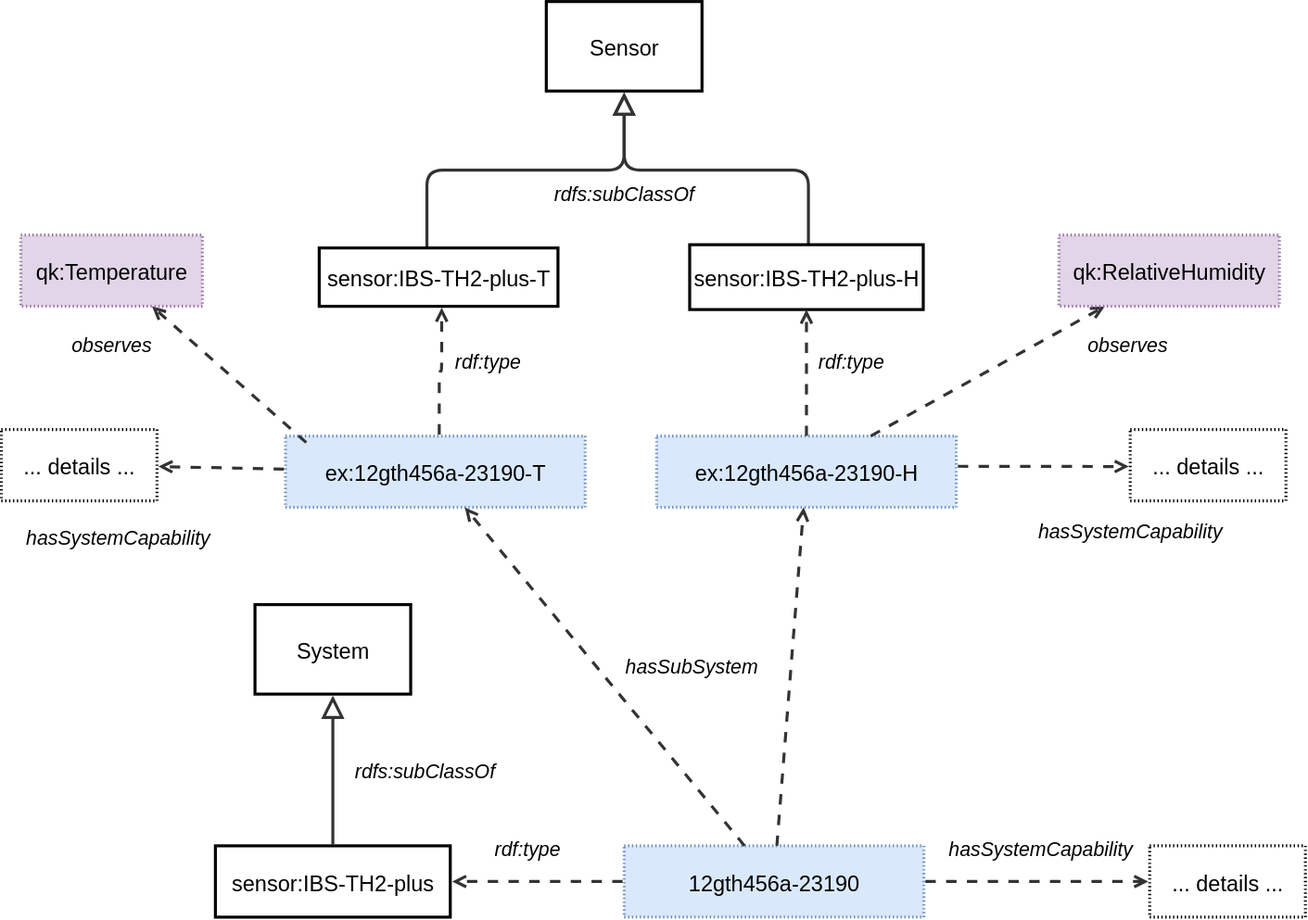
Above: ssn/images/Inkbird-system.svg in w3c/sdw-sosa-ssn (draw.io), before the change. Source tidied: cells renumbered, new cells last; positions are measured from the earlier drawing's top-left corner, leaving out a move shared by most shapes.
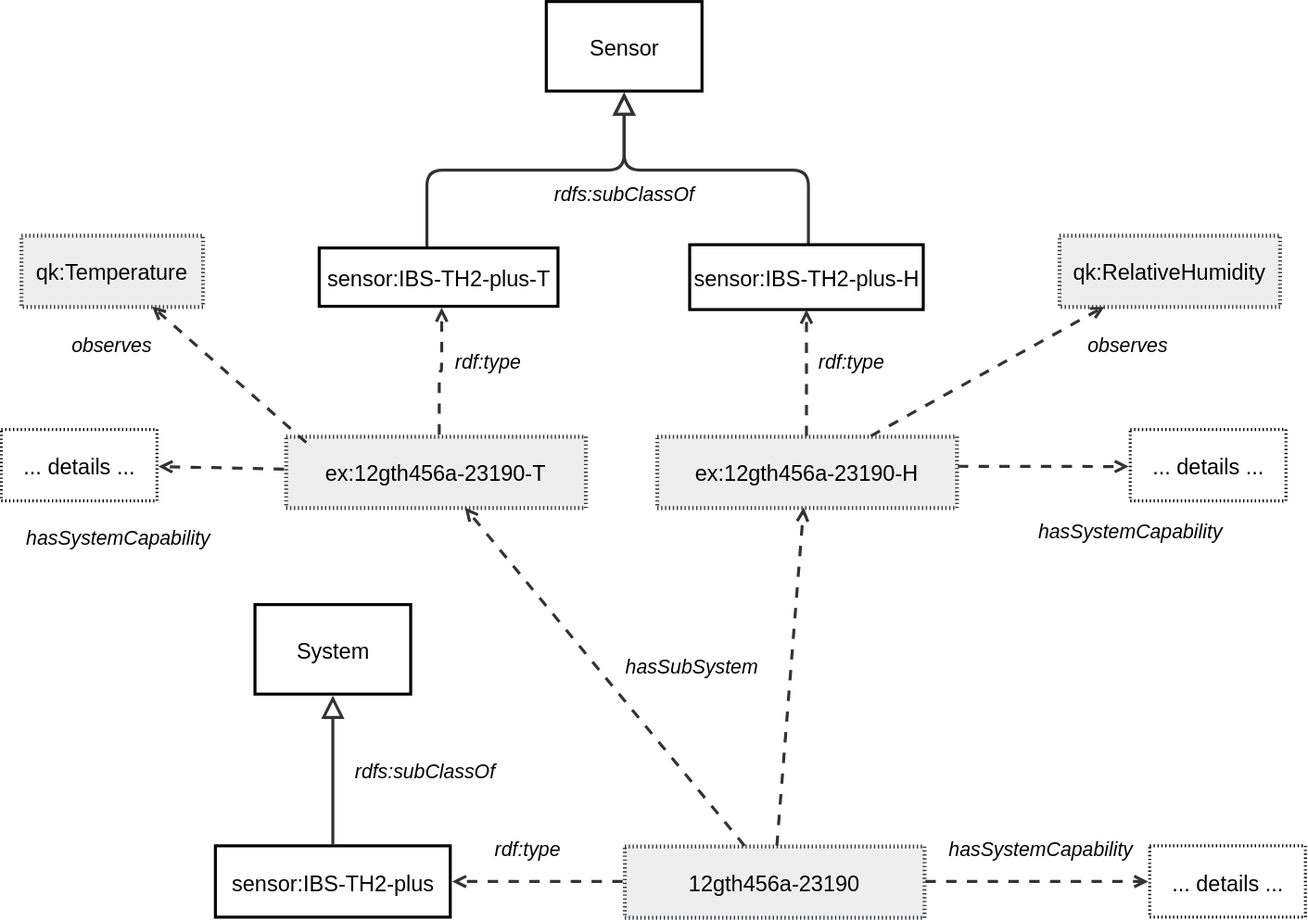
The same file after the commit.

Change to the diagram source:
```diff
@@ -19,7 +19,7 @@
     <mxCell id="5" value="rdfs:subClassOf" style="html=1;overflow=block;blockSpacing=1;whiteSpace=wrap;fontSize=15.2;fontStyle=2;align=center;spacing=0;strokeColor=none;strokeOpacity=100;fillOpacity=100;fillColor=none;strokeWidth=2.3;lucidId=9pMQ9QXwF3GP;fontColor=default;convertToSvg=1;" parent="1" vertex="1">
       <mxGeometry x="390" y="125" width="180" height="45" as="geometry" />
     </mxCell>
-    <mxCell id="6" value="ex:12gth456a-23190-T" style="html=1;overflow=block;blockSpacing=1;whiteSpace=wrap;fontSize=16.8;align=center;spacing=0;strokeOpacity=100;fillColor=#dae8fc;dashed=1;fixDash=1;dashPattern=1 2;strokeWidth=2.3;strokeColor=#6c8ebf;convertToSvg=1;" parent="1" vertex="1">
+    <mxCell id="6" value="ex:12gth456a-23190-T" style="html=1;overflow=block;blockSpacing=1;whiteSpace=wrap;fontSize=16.8;align=center;spacing=0;strokeOpacity=100;fillColor=#eeeeee;dashed=1;fixDash=1;dashPattern=1 2;strokeWidth=3;strokeColor=#36393d;convertToSvg=1;" parent="1" vertex="1">
       <mxGeometry x="219" y="335" width="231" height="55" as="geometry" />
     </mxCell>
     <mxCell id="7" style="html=1;jettySize=18;whiteSpace=wrap;fontSize=13;strokeColor=#333333;strokeOpacity=100;dashed=1;fixDash=1;dashPattern=8 8;strokeWidth=2.3;rounded=1;arcSize=24;edgeStyle=orthogonalEdgeStyle;startArrow=none;endArrow=open;exitX=0.513;exitY=-0.021;exitPerimeter=0;entryX=0.513;entryY=1.021;entryPerimeter=0;lucidId=9pMQWk-o9G5Y;fontColor=default;convertToSvg=1;" parent="1" edge="1" source="6" target="4">
@@ -45,7 +45,7 @@
     <mxCell id="13" value="... details ..." style="html=1;overflow=block;blockSpacing=1;whiteSpace=wrap;fontSize=16.8;fontColor=default;align=center;spacing=0;strokeOpacity=100;fillColor=none;dashed=1;fixDash=1;dashPattern=1 2;strokeWidth=2.3;convertToSvg=1;" parent="1" vertex="1">
       <mxGeometry y="330" width="120" height="55" as="geometry" />
     </mxCell>
-    <mxCell id="14" value="qk:Temperature" style="html=1;overflow=block;blockSpacing=1;whiteSpace=wrap;fontSize=16.8;align=center;spacing=0;strokeOpacity=100;fillColor=#e1d5e7;dashed=1;fixDash=1;dashPattern=1 2;strokeWidth=2.3;strokeColor=#9673a6;fontColor=default;convertToSvg=1;" parent="1" vertex="1">
+    <mxCell id="14" value="qk:Temperature" style="html=1;overflow=block;blockSpacing=1;whiteSpace=wrap;fontSize=16.8;align=center;spacing=0;strokeOpacity=100;fillColor=#eeeeee;dashed=1;fixDash=1;dashPattern=1 2;strokeWidth=3;strokeColor=#36393d;convertToSvg=1;" parent="1" vertex="1">
       <mxGeometry x="15" y="180" width="140" height="55" as="geometry" />
     </mxCell>
     <mxCell id="15" style="html=1;jettySize=18;whiteSpace=wrap;fontSize=13;strokeColor=#333333;strokeOpacity=100;strokeWidth=2.3;rounded=1;arcSize=24;edgeStyle=orthogonalEdgeStyle;startArrow=none;endArrow=block;endFill=0;endSize=12;entryX=0.5;entryY=1.016;entryPerimeter=0;lucidId=brMQ_B4XEI9P;fontColor=default;convertToSvg=1;" parent="1" edge="1" source="16" target="2">
@@ -59,7 +59,7 @@
     <mxCell id="16" value="sensor:IBS-TH2-plus-H" style="html=1;overflow=block;blockSpacing=1;whiteSpace=wrap;fontSize=16.8;fontColor=default;align=center;spacing=0;strokeOpacity=100;fillColor=none;strokeWidth=2.3;convertToSvg=1;" parent="1" vertex="1">
       <mxGeometry x="530.5" y="187.5" width="180" height="50" as="geometry" />
     </mxCell>
-    <mxCell id="17" value="ex:12gth456a-23190-H" style="html=1;overflow=block;blockSpacing=1;whiteSpace=wrap;fontSize=16.8;align=center;spacing=0;strokeOpacity=100;fillColor=#dae8fc;dashed=1;fixDash=1;dashPattern=1 2;strokeWidth=2.3;strokeColor=#6c8ebf;convertToSvg=1;" parent="1" vertex="1">
+    <mxCell id="17" value="ex:12gth456a-23190-H" style="html=1;overflow=block;blockSpacing=1;whiteSpace=wrap;fontSize=16.8;align=center;spacing=0;strokeOpacity=100;fillColor=#eeeeee;dashed=1;fixDash=1;dashPattern=1 2;strokeWidth=3;strokeColor=#36393d;convertToSvg=1;" parent="1" vertex="1">
       <mxGeometry x="505" y="335" width="231" height="55" as="geometry" />
     </mxCell>
     <mxCell id="18" style="html=1;jettySize=18;whiteSpace=wrap;fontSize=13;strokeColor=#333333;strokeOpacity=100;dashed=1;fixDash=1;dashPattern=8 8;strokeWidth=2.3;rounded=1;arcSize=24;edgeStyle=orthogonalEdgeStyle;startArrow=none;endArrow=open;lucidId=brMQfSWmXrTp;curved=0;fontColor=default;convertToSvg=1;" parent="1" edge="1" source="17" target="16">
@@ -86,7 +86,7 @@
     <mxCell id="25" value="rdfs:subClassOf" style="html=1;overflow=block;blockSpacing=1;whiteSpace=wrap;fontSize=15.2;fontStyle=2;align=center;spacing=0;strokeColor=none;strokeOpacity=100;fillOpacity=100;fillColor=none;strokeWidth=2.3;lucidId=_sMQOavfzp-D;fontColor=default;convertToSvg=1;" parent="1" vertex="1">
       <mxGeometry x="236.5" y="570" width="180" height="45" as="geometry" />
     </mxCell>
-    <mxCell id="26" value="12gth456a-23190" style="html=1;overflow=block;blockSpacing=1;whiteSpace=wrap;fontSize=16.8;align=center;spacing=0;strokeOpacity=100;fillColor=#dae8fc;dashed=1;fixDash=1;dashPattern=1 2;strokeWidth=2.3;strokeColor=#6c8ebf;convertToSvg=1;" parent="1" vertex="1">
+    <mxCell id="26" value="12gth456a-23190" style="html=1;overflow=block;blockSpacing=1;whiteSpace=wrap;fontSize=16.8;align=center;spacing=0;strokeOpacity=100;fillColor=#eeeeee;dashed=1;fixDash=1;dashPattern=1 2;strokeWidth=3;strokeColor=#36393d;convertToSvg=1;" parent="1" vertex="1">
       <mxGeometry x="480" y="651" width="231" height="55" as="geometry" />
     </mxCell>
     <mxCell id="27" style="html=1;jettySize=18;whiteSpace=wrap;fontSize=13;strokeColor=#333333;strokeOpacity=100;dashed=1;fixDash=1;dashPattern=8 8;strokeWidth=2.3;rounded=0;startArrow=none;endArrow=open;lucidId=xuMQGfIZYOIL;fontColor=default;convertToSvg=1;" parent="1" edge="1" source="26" target="6">
@@ -113,7 +113,7 @@
     <mxCell id="34" value="... details ..." style="html=1;overflow=block;blockSpacing=1;whiteSpace=wrap;fontSize=16.8;fontColor=default;align=center;spacing=0;strokeOpacity=100;fillColor=none;dashed=1;fixDash=1;dashPattern=1 2;strokeWidth=2.3;convertToSvg=1;" parent="1" vertex="1">
       <mxGeometry x="870" y="330" width="120" height="55" as="geometry" />
     </mxCell>
-    <mxCell id="35" value="qk:RelativeHumidity" style="html=1;overflow=block;blockSpacing=1;whiteSpace=wrap;fontSize=16.8;align=center;spacing=0;strokeOpacity=100;fillColor=#e1d5e7;dashed=1;fixDash=1;dashPattern=1 2;strokeWidth=2.3;strokeColor=#9673a6;fontColor=default;convertToSvg=1;" parent="1" vertex="1">
+    <mxCell id="35" value="qk:RelativeHumidity" style="html=1;overflow=block;blockSpacing=1;whiteSpace=wrap;fontSize=16.8;align=center;spacing=0;strokeOpacity=100;fillColor=#eeeeee;dashed=1;fixDash=1;dashPattern=1 2;strokeWidth=3;strokeColor=#36393d;convertToSvg=1;" parent="1" vertex="1">
       <mxGeometry x="815" y="180" width="170" height="55" as="geometry" />
     </mxCell>
     <mxCell id="36" style="html=1;jettySize=18;whiteSpace=wrap;fontSize=13;strokeColor=#333333;strokeOpacity=100;dashed=1;fixDash=1;dashPattern=8 8;strokeWidth=2.3;rounded=0;startArrow=none;endArrow=open;exitX=1.005;exitY=0.5;exitPerimeter=0;entryX=-0.009;entryY=0.5;entryPerimeter=0;lucidId=qvMQLPsbEqT8;fontColor=default;convertToSvg=1;" parent="1" edge="1" source="26" target="38">
```
